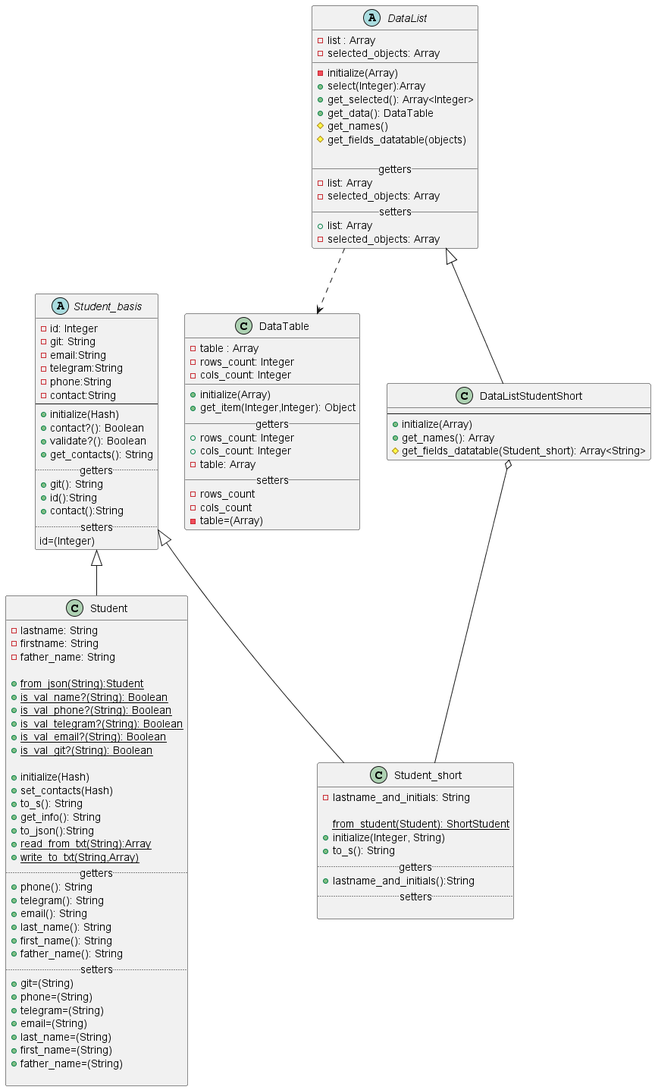
Before: lab2/student_diagrams.png, a diagram exported from PlantUML (ColdEiler/pattern).
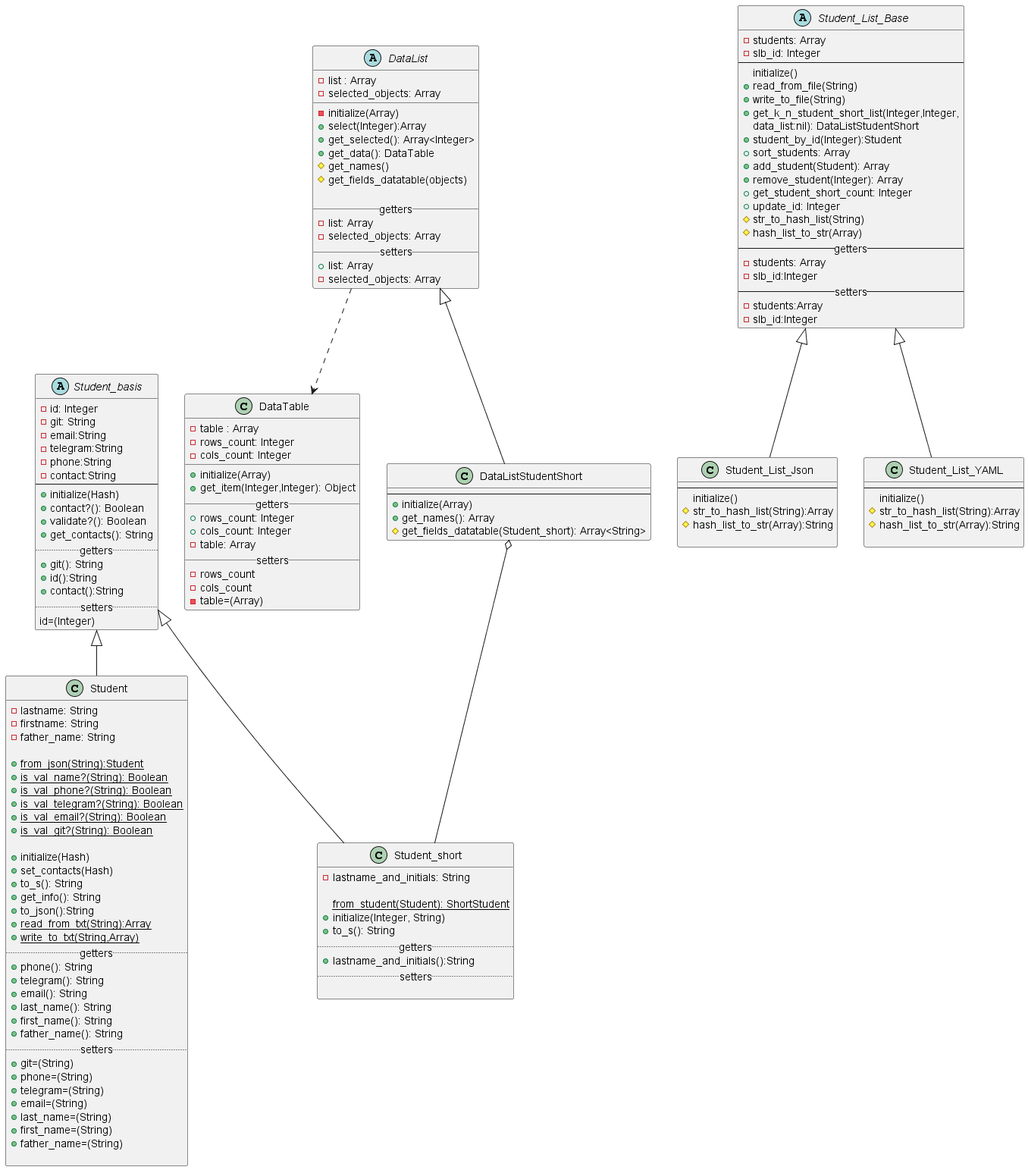
Later version of the same file.

Commit message:
Добавлена диаграмма классов

Diff of the diagram source:
```diff
@@ -113,4 +113,46 @@
 
 DataList ..> DataTable
 DataListStudentShort o-- Student_short
+
+abstract class Student_List_Base{
+    -students: Array
+    -slb_id: Integer
+--
+    initialize()
+    +read_from_file(String)
+    +write_to_file(String)
+    +get_k_n_student_short_list(Integer,Integer,
+    data_list:nil): DataListStudentShort
+    +student_by_id(Integer):Student
+    +sort_students: Array
+    +add_student(Student): Array
+    +remove_student(Integer): Array
+    +get_student_short_count: Integer
+    +update_id: Integer
+    #str_to_hash_list(String)
+    #hash_list_to_str(Array)
+--  getters --
+    -students: Array
+    -slb_id:Integer
+--  setters --
+    -students:Array
+    -slb_id:Integer
+}
+
+class Student_List_Json extends Student_List_Base{
+    --
+    initialize()
+    #str_to_hash_list(String):Array
+    #hash_list_to_str(Array):String
+
+}
+
+class Student_List_YAML extends Student_List_Base{
+    --
+    initialize()
+    #str_to_hash_list(String):Array
+    #hash_list_to_str(Array):String
+
+}
+
 @enduml
```
